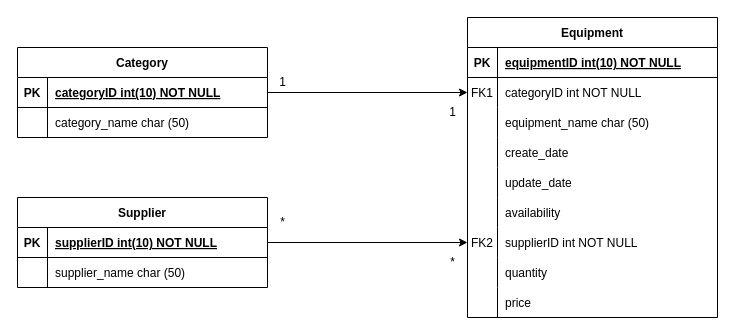
Before: documents./Untitled Diagram.drawio in Pshhtacio/inventory-management-system-documents, a draw.io diagram. Source tidied: cells renumbered, new cells numbered last; positions are measured from the earlier drawing's top-left corner, leaving out a move shared by most shapes. Both pictures are drawn from the tidied source at 100%, with x=0, y=0 at pixel (17, 17).
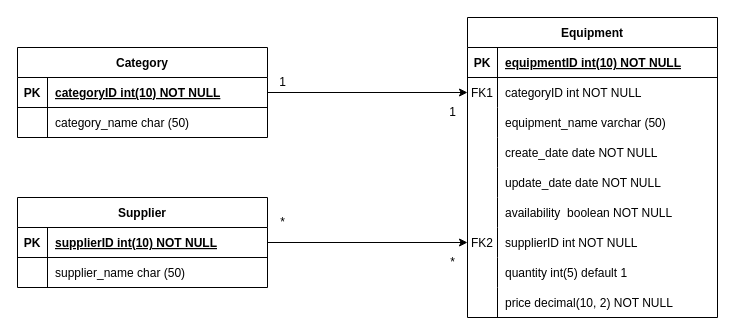
The same diagram, later.

The change refers to these unchanged cells:
```xml
<mxCell id="23" style="shape=partialRectangle;fillColor=none;top=0;left=0;right=0;bottom=0;" parent="16" vertex="1">
  <mxGeometry y="90" width="250" height="30" as="geometry" />
</mxCell>
<mxCell id="26" style="shape=partialRectangle;fillColor=none;top=0;left=0;right=0;bottom=0;" parent="16" vertex="1">
  <mxGeometry y="120" width="250" height="30" as="geometry" />
</mxCell>
<mxCell id="29" style="shape=partialRectangle;fillColor=none;top=0;left=0;right=0;bottom=0;" parent="16" vertex="1">
  <mxGeometry y="150" width="250" height="30" as="geometry" />
</mxCell>
<mxCell id="32" style="shape=partialRectangle;fillColor=none;top=0;left=0;right=0;bottom=0;" parent="16" vertex="1">
  <mxGeometry y="180" width="250" height="30" as="geometry" />
</mxCell>
<mxCell id="38" style="shape=partialRectangle;fillColor=none;top=0;left=0;right=0;bottom=0;" parent="16" vertex="1">
  <mxGeometry y="240" width="250" height="30" as="geometry" />
</mxCell>
<mxCell id="41" style="shape=partialRectangle;fillColor=none;top=0;left=0;right=0;bottom=0;" parent="16" vertex="1">
  <mxGeometry y="270" width="250" height="30" as="geometry" />
</mxCell>
```

Diff of the diagram source:
```diff
@@
-    <mxCell id="25" value="equipment_name char (50)" style="shape=partialRectangle;overflow=hidden;fillColor=none;top=0;left=0;bottom=0;right=0;align=left;spacingLeft=6;" parent="23" vertex="1">
+    <mxCell id="25" value="equipment_name varchar (50)" style="shape=partialRectangle;overflow=hidden;fillColor=none;top=0;left=0;bottom=0;right=0;align=left;spacingLeft=6;" parent="23" vertex="1">
       <mxGeometry x="30" width="220" height="30" as="geometry" />
     </mxCell>
@@
-    <mxCell id="28" value="create_date" style="shape=partialRectangle;overflow=hidden;fillColor=none;top=0;left=0;bottom=0;right=0;align=left;spacingLeft=6;" parent="26" vertex="1">
+    <mxCell id="28" value="create_date date NOT NULL" style="shape=partialRectangle;overflow=hidden;fillColor=none;top=0;left=0;bottom=0;right=0;align=left;spacingLeft=6;" parent="26" vertex="1">
       <mxGeometry x="30" width="220" height="30" as="geometry" />
     </mxCell>
@@
-    <mxCell id="31" value="update_date" style="shape=partialRectangle;overflow=hidden;fillColor=none;top=0;left=0;bottom=0;right=0;align=left;spacingLeft=6;" parent="29" vertex="1">
+    <mxCell id="31" value="update_date date NOT NULL" style="shape=partialRectangle;overflow=hidden;fillColor=none;top=0;left=0;bottom=0;right=0;align=left;spacingLeft=6;" parent="29" vertex="1">
       <mxGeometry x="30" width="220" height="30" as="geometry" />
     </mxCell>
@@
-    <mxCell id="34" value="availability" style="shape=partialRectangle;overflow=hidden;fillColor=none;top=0;left=0;bottom=0;right=0;align=left;spacingLeft=6;" parent="32" vertex="1">
+    <mxCell id="34" value="availability  boolean NOT NULL" style="shape=partialRectangle;overflow=hidden;fillColor=none;top=0;left=0;bottom=0;right=0;align=left;spacingLeft=6;" parent="32" vertex="1">
       <mxGeometry x="30" width="220" height="30" as="geometry" />
     </mxCell>
@@
-    <mxCell id="40" value="quantity" style="shape=partialRectangle;overflow=hidden;fillColor=none;top=0;left=0;bottom=0;right=0;align=left;spacingLeft=6;" parent="38" vertex="1">
+    <mxCell id="40" value="quantity int(5) default 1" style="shape=partialRectangle;overflow=hidden;fillColor=none;top=0;left=0;bottom=0;right=0;align=left;spacingLeft=6;" parent="38" vertex="1">
       <mxGeometry x="30" width="220" height="30" as="geometry" />
     </mxCell>
@@
-    <mxCell id="43" value="price" style="shape=partialRectangle;overflow=hidden;fillColor=none;top=0;left=0;bottom=0;right=0;align=left;spacingLeft=6;" parent="41" vertex="1">
+    <mxCell id="43" value="price decimal(10, 2) NOT NULL" style="shape=partialRectangle;overflow=hidden;fillColor=none;top=0;left=0;bottom=0;right=0;align=left;spacingLeft=6;" parent="41" vertex="1">
       <mxGeometry x="30" width="220" height="30" as="geometry" />
     </mxCell>
```
